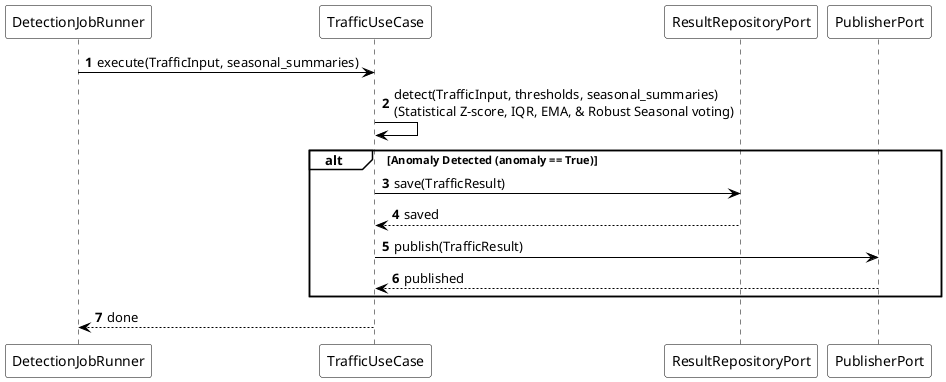
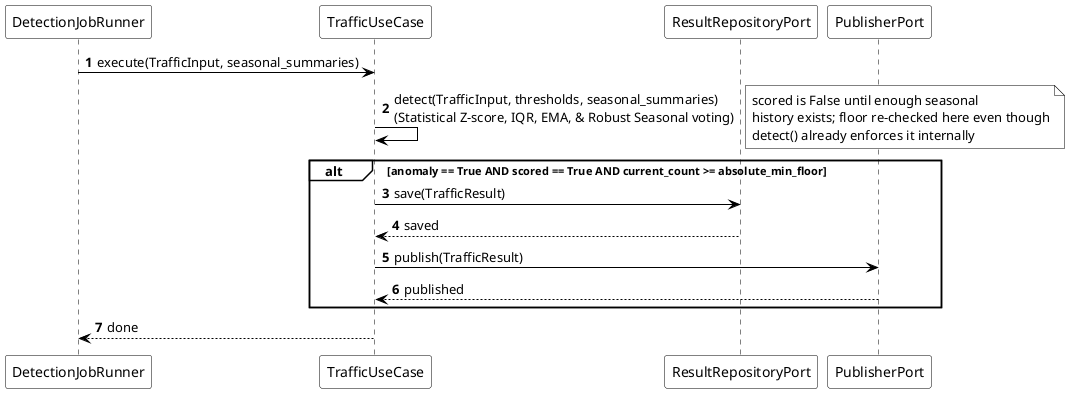
@startuml sequence-traffic-spike-uc1
autonumber
<style>
root {
  BackgroundColor white
  LineColor black
  FontColor black
}
sequenceDiagram {
  participant {
    Padding 10
  }
}
</style>

participant "DetectionJobRunner" as Runner
participant "TrafficUseCase" as UseCase
participant "ResultRepositoryPort" as ResultRepo
participant "PublisherPort" as Publisher

Runner -> UseCase : execute(TrafficInput, seasonal_summaries)
UseCase -> UseCase : detect(TrafficInput, thresholds, seasonal_summaries)\n(Statistical Z-score, IQR, EMA, & Robust Seasonal voting)

- alt Anomaly Detected (anomaly == True)
+ alt anomaly == True AND scored == True AND current_count >= absolute_min_floor
+     note right: scored is False until enough seasonal\nhistory exists; floor re-checked here even though\ndetect() already enforces it internally
    UseCase -> ResultRepo : save(TrafficResult)
    ResultRepo --> UseCase : saved
    UseCase -> Publisher : publish(TrafficResult)
    Publisher --> UseCase : published
end
UseCase --> Runner : done

@enduml
